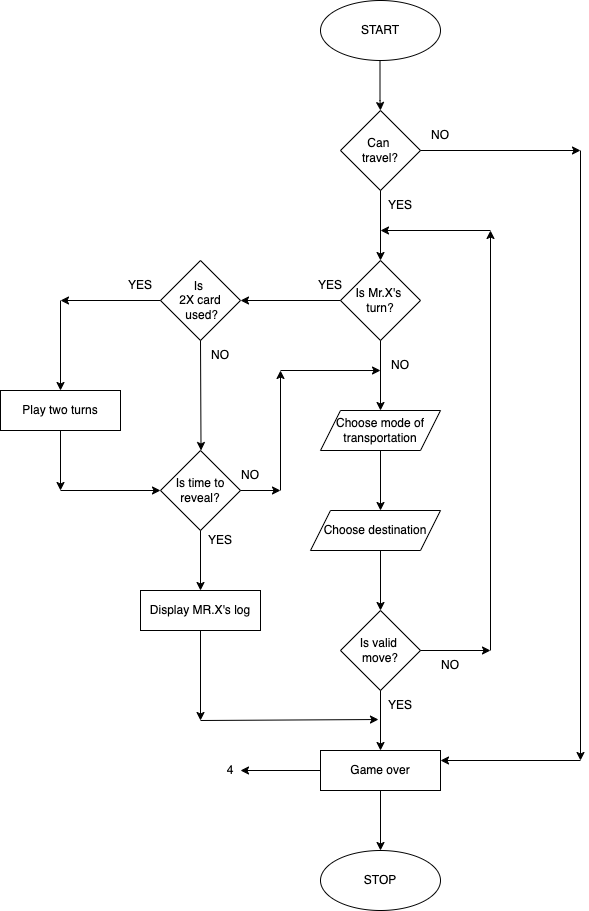
The draw.io diagram player-turn.drawio.png in garimiddisuman/project, before a commit. Source tidied: cells renumbered, new cells last; positions are measured from the earlier drawing's top-left corner, leaving out a move shared by most shapes.
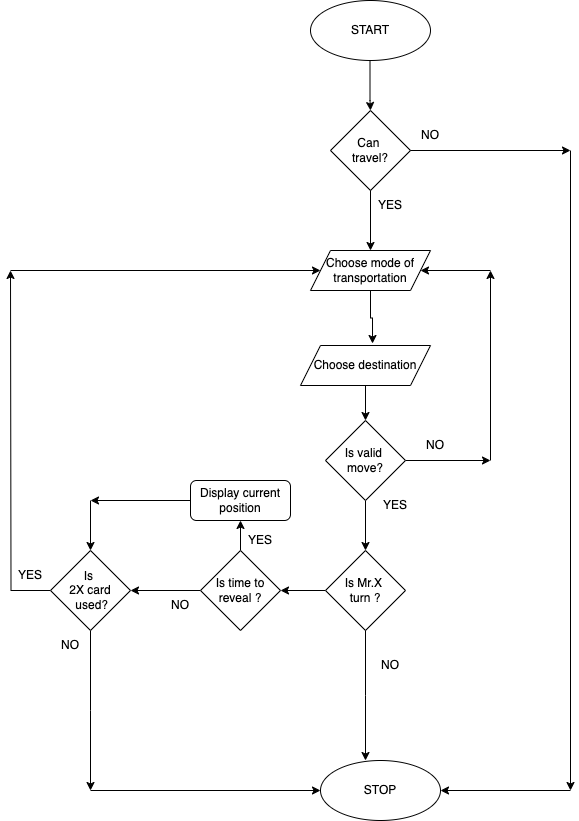
Later version of the same file.

Diff of the diagram source:
```diff
@@ -8,35 +8,30 @@
     <mxCell id="3" value="Can&amp;nbsp;&lt;div&gt;travel?&lt;/div&gt;" style="rhombus;whiteSpace=wrap;html=1;" parent="1" vertex="1">
       <mxGeometry x="340" y="110" width="80" height="80" as="geometry" />
     </mxCell>
-    <mxCell id="4" value="Is Mr.X's&amp;nbsp;&lt;div&gt;turn?&lt;/div&gt;" style="rhombus;whiteSpace=wrap;html=1;" parent="1" vertex="1">
-      <mxGeometry x="340" y="260" width="80" height="80" as="geometry" />
-    </mxCell>
+    <mxCell id="51" style="edgeStyle=orthogonalEdgeStyle;rounded=0;jettySize=auto;html=1;" parent="1" edge="1" source="5">
+      <mxGeometry relative="1" as="geometry">
+        <mxPoint x="20" y="270" as="targetPoint" />
+      </mxGeometry>
+    </mxCell>
+    <mxCell id="52" style="edgeStyle=orthogonalEdgeStyle;rounded=0;jettySize=auto;html=1;" parent="1" edge="1" source="5">
+      <mxGeometry relative="1" as="geometry">
+        <mxPoint x="100" y="790" as="targetPoint" />
+      </mxGeometry>
+    </mxCell>
     <mxCell id="5" value="Is&amp;nbsp;&lt;div&gt;2X card&lt;/div&gt;&lt;div&gt;&amp;nbsp;used?&lt;/div&gt;" style="rhombus;whiteSpace=wrap;html=1;" parent="1" vertex="1">
-      <mxGeometry x="160" y="260" width="80" height="80" as="geometry" />
+      <mxGeometry x="60" y="550" width="80" height="80" as="geometry" />
     </mxCell>
-    <mxCell id="6" value="Play two turns" style="rounded=0;whiteSpace=wrap;html=1;" parent="1" vertex="1">
-      <mxGeometry y="390" width="120" height="40" as="geometry" />
-    </mxCell>
-    <mxCell id="7" value="Is time to reveal?" style="rhombus;whiteSpace=wrap;html=1;" parent="1" vertex="1">
-      <mxGeometry x="160" y="450" width="80" height="80" as="geometry" />
-    </mxCell>
-    <mxCell id="8" value="Display MR.X's log" style="rounded=0;whiteSpace=wrap;html=1;" parent="1" vertex="1">
-      <mxGeometry x="140" y="590" width="120" height="40" as="geometry" />
-    </mxCell>
+    <mxCell id="53" style="edgeStyle=orthogonalEdgeStyle;rounded=0;jettySize=auto;html=1;" parent="1" edge="1" source="9">
+      <mxGeometry relative="1" as="geometry">
+        <mxPoint x="500" y="460" as="targetPoint" />
+      </mxGeometry>
+    </mxCell>
+    <mxCell id="54" style="edgeStyle=orthogonalEdgeStyle;rounded=0;jettySize=auto;html=1;entryX=0.5;entryY=0;entryDx=0;entryDy=0;" parent="1" edge="1" source="9" target="65">
+      <mxGeometry relative="1" as="geometry" />
+    </mxCell>
     <mxCell id="9" value="Is valid&amp;nbsp;&lt;div&gt;move?&lt;/div&gt;" style="rhombus;whiteSpace=wrap;html=1;" parent="1" vertex="1">
-      <mxGeometry x="340" y="610" width="80" height="80" as="geometry" />
+      <mxGeometry x="335" y="420" width="80" height="80" as="geometry" />
     </mxCell>
-    <mxCell id="10" value="Game over" style="rounded=0;whiteSpace=wrap;html=1;" parent="1" vertex="1">
-      <mxGeometry x="320" y="750" width="120" height="40" as="geometry" />
-    </mxCell>
-    <mxCell id="11" style="endArrow=classic;html=1;rounded=0;exitX=0;exitY=0.5;exitDx=0;exitDy=0;" parent="1" edge="1" source="10">
-      <mxGeometry relative="1" as="geometry">
-        <mxPoint x="240" y="770" as="targetPoint" />
-      </mxGeometry>
-    </mxCell>
-    <mxCell id="12" value="4" style="text;html=1;align=center;verticalAlign=middle;whiteSpace=wrap;rounded=0;" parent="1" vertex="1">
-      <mxGeometry x="200" y="755" width="60" height="30" as="geometry" />
-    </mxCell>
     <mxCell id="13" style="endArrow=classic;html=1;rounded=0;" parent="1" edge="1">
       <mxGeometry relative="1" as="geometry">
         <mxPoint x="379.5" y="60" as="sourcePoint" />
@@ -52,140 +47,21 @@
         <mxPoint x="580" y="150" as="targetPoint" />
       </mxGeometry>
     </mxCell>
-    <mxCell id="15" style="endArrow=classic;html=1;rounded=0;entryX=0.5;entryY=0;entryDx=0;entryDy=0;" parent="1" edge="1" target="4">
+    <mxCell id="15" style="endArrow=classic;html=1;rounded=0;" parent="1" edge="1">
       <mxGeometry relative="1" as="geometry">
         <mxPoint x="380" y="190" as="sourcePoint" />
+        <mxPoint x="380" y="250" as="targetPoint" />
       </mxGeometry>
     </mxCell>
-    <mxCell id="16" style="endArrow=classic;html=1;rounded=0;entryX=1;entryY=0.5;entryDx=0;entryDy=0;" parent="1" edge="1" target="5">
-      <mxGeometry relative="1" as="geometry">
-        <mxPoint x="340" y="300" as="sourcePoint" />
-      </mxGeometry>
-    </mxCell>
-    <mxCell id="17" style="endArrow=classic;html=1;rounded=0;entryX=0.5;entryY=0;entryDx=0;entryDy=0;" parent="1" edge="1">
-      <mxGeometry relative="1" as="geometry">
-        <mxPoint x="380" y="340" as="sourcePoint" />
-        <mxPoint x="380" y="410" as="targetPoint" />
-      </mxGeometry>
-    </mxCell>
-    <mxCell id="18" style="endArrow=classic;html=1;rounded=0;exitX=0.5;exitY=1;exitDx=0;exitDy=0;entryX=0.5;entryY=0;entryDx=0;entryDy=0;" parent="1" edge="1">
-      <mxGeometry relative="1" as="geometry">
-        <mxPoint x="380" y="450" as="sourcePoint" />
-        <mxPoint x="380" y="510" as="targetPoint" />
-      </mxGeometry>
-    </mxCell>
-    <mxCell id="19" style="endArrow=classic;html=1;rounded=0;entryX=0.5;entryY=0;entryDx=0;entryDy=0;" parent="1" edge="1" target="9">
-      <mxGeometry relative="1" as="geometry">
-        <mxPoint x="380" y="550" as="sourcePoint" />
-      </mxGeometry>
-    </mxCell>
-    <mxCell id="20" style="endArrow=classic;html=1;rounded=0;entryX=0.5;entryY=0;entryDx=0;entryDy=0;" parent="1" edge="1" target="10">
-      <mxGeometry relative="1" as="geometry">
-        <mxPoint x="380" y="690" as="sourcePoint" />
-      </mxGeometry>
-    </mxCell>
-    <mxCell id="21" style="endArrow=classic;html=1;rounded=0;entryX=0.5;entryY=0;entryDx=0;entryDy=0;" parent="1" edge="1">
-      <mxGeometry relative="1" as="geometry">
-        <mxPoint x="380" y="790" as="sourcePoint" />
-        <mxPoint x="380" y="850" as="targetPoint" />
-      </mxGeometry>
-    </mxCell>
-    <mxCell id="22" style="endArrow=classic;html=1;rounded=0;" parent="1" edge="1">
-      <mxGeometry relative="1" as="geometry">
-        <mxPoint x="160" y="300" as="sourcePoint" />
-        <mxPoint x="60" y="300" as="targetPoint" />
-      </mxGeometry>
-    </mxCell>
-    <mxCell id="23" style="endArrow=classic;html=1;rounded=0;entryX=0.5;entryY=0;entryDx=0;entryDy=0;" parent="1" edge="1" target="6">
-      <mxGeometry relative="1" as="geometry">
-        <mxPoint x="60" y="300" as="sourcePoint" />
-      </mxGeometry>
-    </mxCell>
-    <mxCell id="24" style="endArrow=classic;html=1;rounded=0;" parent="1" edge="1">
-      <mxGeometry relative="1" as="geometry">
-        <mxPoint x="60" y="430" as="sourcePoint" />
-        <mxPoint x="60" y="490" as="targetPoint" />
-      </mxGeometry>
-    </mxCell>
-    <mxCell id="25" style="endArrow=classic;html=1;rounded=0;entryX=0;entryY=0.5;entryDx=0;entryDy=0;" parent="1" edge="1" target="7">
-      <mxGeometry relative="1" as="geometry">
-        <mxPoint x="60" y="490" as="sourcePoint" />
-      </mxGeometry>
-    </mxCell>
-    <mxCell id="26" style="endArrow=classic;html=1;rounded=0;entryX=0.5;entryY=0;entryDx=0;entryDy=0;" parent="1" edge="1" target="8">
-      <mxGeometry relative="1" as="geometry">
-        <mxPoint x="200" y="530" as="sourcePoint" />
-      </mxGeometry>
-    </mxCell>
-    <mxCell id="27" style="endArrow=classic;html=1;rounded=0;entryX=0.513;entryY=-0.075;entryDx=0;entryDy=0;entryPerimeter=0;exitX=0.5;exitY=1;exitDx=0;exitDy=0;" parent="1" edge="1" source="5">
-      <mxGeometry relative="1" as="geometry">
-        <mxPoint x="200.5" y="450" as="targetPoint" />
-      </mxGeometry>
-    </mxCell>
-    <mxCell id="28" value="YES" style="text;html=1;align=center;verticalAlign=middle;whiteSpace=wrap;rounded=0;" parent="1" vertex="1">
-      <mxGeometry x="300" y="270" width="60" height="30" as="geometry" />
-    </mxCell>
-    <mxCell id="29" value="NO" style="text;html=1;align=center;verticalAlign=middle;whiteSpace=wrap;rounded=0;" parent="1" vertex="1">
-      <mxGeometry x="370" y="350" width="60" height="30" as="geometry" />
-    </mxCell>
-    <mxCell id="30" value="YES" style="text;html=1;align=center;verticalAlign=middle;whiteSpace=wrap;rounded=0;" parent="1" vertex="1">
-      <mxGeometry x="110" y="270" width="60" height="30" as="geometry" />
-    </mxCell>
-    <mxCell id="31" value="NO" style="text;html=1;align=center;verticalAlign=middle;whiteSpace=wrap;rounded=0;" parent="1" vertex="1">
-      <mxGeometry x="190" y="340" width="60" height="30" as="geometry" />
-    </mxCell>
-    <mxCell id="32" value="YES" style="text;html=1;align=center;verticalAlign=middle;whiteSpace=wrap;rounded=0;" parent="1" vertex="1">
-      <mxGeometry x="190" y="525" width="60" height="30" as="geometry" />
-    </mxCell>
-    <mxCell id="33" style="endArrow=classic;html=1;rounded=0;" parent="1" edge="1">
-      <mxGeometry relative="1" as="geometry">
-        <mxPoint x="240" y="490" as="sourcePoint" />
-        <mxPoint x="280" y="490" as="targetPoint" />
-      </mxGeometry>
-    </mxCell>
-    <mxCell id="34" style="endArrow=classic;html=1;rounded=0;" parent="1" edge="1">
-      <mxGeometry relative="1" as="geometry">
-        <mxPoint x="280" y="490" as="sourcePoint" />
-        <mxPoint x="280" y="370" as="targetPoint" />
-      </mxGeometry>
-    </mxCell>
-    <mxCell id="35" style="endArrow=classic;html=1;rounded=0;entryX=0.167;entryY=0.667;entryDx=0;entryDy=0;entryPerimeter=0;" parent="1" edge="1" target="29">
-      <mxGeometry relative="1" as="geometry">
-        <mxPoint x="280" y="370" as="sourcePoint" />
-      </mxGeometry>
-    </mxCell>
-    <mxCell id="36" value="NO" style="text;html=1;align=center;verticalAlign=middle;whiteSpace=wrap;rounded=0;" parent="1" vertex="1">
-      <mxGeometry x="220" y="460" width="60" height="30" as="geometry" />
-    </mxCell>
     <mxCell id="37" value="Choose mode of transportation" style="shape=parallelogram;perimeter=parallelogramPerimeter;whiteSpace=wrap;html=1;fixedSize=1;" parent="1" vertex="1">
-      <mxGeometry x="320" y="410" width="120" height="40" as="geometry" />
+      <mxGeometry x="320" y="250" width="120" height="40" as="geometry" />
     </mxCell>
+    <mxCell id="55" style="edgeStyle=orthogonalEdgeStyle;rounded=0;jettySize=auto;html=1;entryX=0.5;entryY=0;entryDx=0;entryDy=0;" parent="1" edge="1" source="38" target="9">
+      <mxGeometry relative="1" as="geometry" />
+    </mxCell>
     <mxCell id="38" value="Choose destination" style="shape=parallelogram;perimeter=parallelogramPerimeter;whiteSpace=wrap;html=1;fixedSize=1;" parent="1" vertex="1">
-      <mxGeometry x="310" y="510" width="130" height="40" as="geometry" />
+      <mxGeometry x="310" y="345" width="130" height="40" as="geometry" />
     </mxCell>
-    <mxCell id="39" style="endArrow=classic;html=1;rounded=0;exitX=1;exitY=0.5;exitDx=0;exitDy=0;" parent="1" edge="1" source="9">
-      <mxGeometry relative="1" as="geometry">
-        <mxPoint x="490" y="650" as="targetPoint" />
-      </mxGeometry>
-    </mxCell>
-    <mxCell id="40" style="endArrow=classic;html=1;rounded=0;" parent="1" edge="1">
-      <mxGeometry relative="1" as="geometry">
-        <mxPoint x="490" y="650" as="sourcePoint" />
-        <mxPoint x="490" y="230" as="targetPoint" />
-      </mxGeometry>
-    </mxCell>
-    <mxCell id="41" style="endArrow=classic;html=1;rounded=0;" parent="1" edge="1">
-      <mxGeometry relative="1" as="geometry">
-        <mxPoint x="490" y="230" as="sourcePoint" />
-        <mxPoint x="380" y="230" as="targetPoint" />
-      </mxGeometry>
-    </mxCell>
-    <mxCell id="42" value="YES" style="text;html=1;align=center;verticalAlign=middle;whiteSpace=wrap;rounded=0;" parent="1" vertex="1">
-      <mxGeometry x="370" y="690" width="60" height="30" as="geometry" />
-    </mxCell>
-    <mxCell id="43" value="NO" style="text;html=1;align=center;verticalAlign=middle;whiteSpace=wrap;rounded=0;" parent="1" vertex="1">
-      <mxGeometry x="420" y="650" width="60" height="30" as="geometry" />
-    </mxCell>
     <mxCell id="44" value="YES" style="text;html=1;align=center;verticalAlign=middle;whiteSpace=wrap;rounded=0;" parent="1" vertex="1">
       <mxGeometry x="370" y="190" width="60" height="30" as="geometry" />
     </mxCell>
@@ -195,27 +71,95 @@
     <mxCell id="46" style="endArrow=classic;html=1;rounded=0;" parent="1" edge="1">
       <mxGeometry relative="1" as="geometry">
         <mxPoint x="580" y="150" as="sourcePoint" />
-        <mxPoint x="580" y="760" as="targetPoint" />
+        <mxPoint x="580" y="790" as="targetPoint" />
       </mxGeometry>
     </mxCell>
-    <mxCell id="47" style="endArrow=classic;html=1;rounded=0;entryX=1;entryY=0.25;entryDx=0;entryDy=0;" parent="1" edge="1" target="10">
-      <mxGeometry relative="1" as="geometry">
-        <mxPoint x="580" y="760" as="sourcePoint" />
-      </mxGeometry>
-    </mxCell>
-    <mxCell id="48" style="endArrow=classic;html=1;rounded=0;" parent="1" edge="1">
-      <mxGeometry relative="1" as="geometry">
-        <mxPoint x="200" y="630" as="sourcePoint" />
-        <mxPoint x="200" y="720" as="targetPoint" />
-      </mxGeometry>
-    </mxCell>
-    <mxCell id="49" style="endArrow=classic;html=1;rounded=0;entryX=0.133;entryY=0.967;entryDx=0;entryDy=0;entryPerimeter=0;" parent="1" edge="1" target="42">
-      <mxGeometry relative="1" as="geometry">
-        <mxPoint x="200" y="720" as="sourcePoint" />
-      </mxGeometry>
-    </mxCell>
     <mxCell id="50" value="STOP" style="ellipse;whiteSpace=wrap;html=1;" parent="1" vertex="1">
-      <mxGeometry x="320" y="850" width="120" height="60" as="geometry" />
+      <mxGeometry x="330" y="760" width="120" height="60" as="geometry" />
     </mxCell>
+    <mxCell id="56" style="edgeStyle=orthogonalEdgeStyle;rounded=0;jettySize=auto;html=1;entryX=1;entryY=0.5;entryDx=0;entryDy=0;" parent="1" edge="1" source="58" target="5">
+      <mxGeometry relative="1" as="geometry" />
+    </mxCell>
+    <mxCell id="57" style="edgeStyle=orthogonalEdgeStyle;rounded=0;jettySize=auto;html=1;" parent="1" edge="1" source="58" target="60">
+      <mxGeometry relative="1" as="geometry" />
+    </mxCell>
+    <mxCell id="58" value="Is time to reveal ?" style="rhombus;whiteSpace=wrap;html=1;" parent="1" vertex="1">
+      <mxGeometry x="210" y="550" width="80" height="80" as="geometry" />
+    </mxCell>
+    <mxCell id="59" style="edgeStyle=orthogonalEdgeStyle;rounded=0;jettySize=auto;html=1;" parent="1" edge="1" source="60">
+      <mxGeometry relative="1" as="geometry">
+        <mxPoint x="100" y="500" as="targetPoint" />
+      </mxGeometry>
+    </mxCell>
+    <mxCell id="60" value="Display current position" style="rounded=1;whiteSpace=wrap;html=1;" parent="1" vertex="1">
+      <mxGeometry x="200" y="480" width="100" height="40" as="geometry" />
+    </mxCell>
+    <mxCell id="61" style="edgeStyle=orthogonalEdgeStyle;rounded=0;jettySize=auto;html=1;entryX=0.554;entryY=-0.05;entryDx=0;entryDy=0;entryPerimeter=0;" parent="1" edge="1" source="37" target="38">
+      <mxGeometry relative="1" as="geometry" />
+    </mxCell>
+    <mxCell id="62" style="endArrow=classic;html=1;rounded=0;" parent="1" edge="1">
+      <mxGeometry relative="1" as="geometry">
+        <mxPoint x="500" y="460" as="sourcePoint" />
+        <mxPoint x="500" y="270" as="targetPoint" />
+      </mxGeometry>
+    </mxCell>
+    <mxCell id="63" style="endArrow=classic;html=1;rounded=0;" parent="1" edge="1" target="37">
+      <mxGeometry relative="1" as="geometry">
+        <mxPoint x="500" y="270" as="sourcePoint" />
+      </mxGeometry>
+    </mxCell>
+    <mxCell id="64" style="edgeStyle=orthogonalEdgeStyle;rounded=0;jettySize=auto;html=1;entryX=1;entryY=0.5;entryDx=0;entryDy=0;" parent="1" edge="1" source="65" target="58">
+      <mxGeometry relative="1" as="geometry" />
+    </mxCell>
+    <mxCell id="65" value="Is Mr.X&amp;nbsp;&lt;div&gt;t&lt;span style=&quot;background-color: transparent; color: light-dark(rgb(0, 0, 0), rgb(255, 255, 255));&quot;&gt;urn ?&lt;/span&gt;&lt;/div&gt;" style="rhombus;whiteSpace=wrap;html=1;" parent="1" vertex="1">
+      <mxGeometry x="335" y="550" width="80" height="80" as="geometry" />
+    </mxCell>
+    <mxCell id="66" value="NO" style="text;html=1;align=center;verticalAlign=middle;whiteSpace=wrap;rounded=0;" parent="1" vertex="1">
+      <mxGeometry x="415" y="430" width="60" height="30" as="geometry" />
+    </mxCell>
+    <mxCell id="67" value="YES" style="text;html=1;align=center;verticalAlign=middle;whiteSpace=wrap;rounded=0;" parent="1" vertex="1">
+      <mxGeometry x="375" y="490" width="60" height="30" as="geometry" />
+    </mxCell>
+    <mxCell id="68" style="endArrow=classic;html=1;rounded=0;entryX=1;entryY=0.5;entryDx=0;entryDy=0;" parent="1" edge="1" target="50">
+      <mxGeometry relative="1" as="geometry">
+        <mxPoint x="580" y="790" as="sourcePoint" />
+      </mxGeometry>
+    </mxCell>
+    <mxCell id="69" style="edgeStyle=orthogonalEdgeStyle;rounded=0;jettySize=auto;html=1;entryX=0.375;entryY=0;entryDx=0;entryDy=0;entryPerimeter=0;" parent="1" edge="1" source="65">
+      <mxGeometry relative="1" as="geometry">
+        <mxPoint x="375" y="760" as="targetPoint" />
+      </mxGeometry>
+    </mxCell>
+    <mxCell id="70" value="NO" style="text;html=1;align=center;verticalAlign=middle;whiteSpace=wrap;rounded=0;" parent="1" vertex="1">
+      <mxGeometry x="370" y="650" width="60" height="30" as="geometry" />
+    </mxCell>
+    <mxCell id="71" style="endArrow=classic;html=1;rounded=0;" parent="1" edge="1" target="5">
+      <mxGeometry relative="1" as="geometry">
+        <mxPoint x="100" y="500" as="sourcePoint" />
+      </mxGeometry>
+    </mxCell>
+    <mxCell id="72" style="endArrow=classic;html=1;rounded=0;entryX=0;entryY=0.5;entryDx=0;entryDy=0;" parent="1" edge="1" target="37">
+      <mxGeometry relative="1" as="geometry">
+        <mxPoint x="20" y="270" as="sourcePoint" />
+      </mxGeometry>
+    </mxCell>
+    <mxCell id="73" value="YES" style="text;html=1;align=center;verticalAlign=middle;whiteSpace=wrap;rounded=0;" parent="1" vertex="1">
+      <mxGeometry x="10" y="560" width="60" height="30" as="geometry" />
+    </mxCell>
+    <mxCell id="74" value="YES" style="text;html=1;align=center;verticalAlign=middle;whiteSpace=wrap;rounded=0;" parent="1" vertex="1">
+      <mxGeometry x="240" y="525" width="60" height="30" as="geometry" />
+    </mxCell>
+    <mxCell id="75" value="NO" style="text;html=1;align=center;verticalAlign=middle;whiteSpace=wrap;rounded=0;" parent="1" vertex="1">
+      <mxGeometry x="160" y="590" width="60" height="30" as="geometry" />
+    </mxCell>
+    <mxCell id="76" style="endArrow=classic;html=1;rounded=0;entryX=0;entryY=0.75;entryDx=0;entryDy=0;" parent="1" edge="1">
+      <mxGeometry relative="1" as="geometry">
+        <mxPoint x="100" y="790" as="sourcePoint" />
+        <mxPoint x="330" y="790" as="targetPoint" />
+      </mxGeometry>
+    </mxCell>
+    <mxCell id="77" value="NO" style="text;html=1;align=center;verticalAlign=middle;whiteSpace=wrap;rounded=0;" parent="1" vertex="1">
+      <mxGeometry x="50" y="630" width="60" height="30" as="geometry" />
+    </mxCell>
   </root>
 </mxGraphModel>
```
